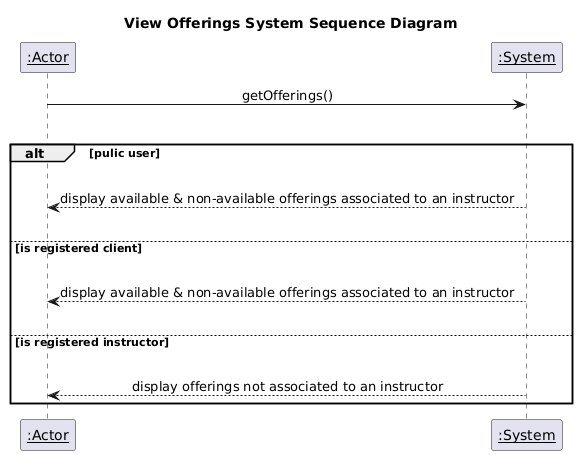
The PlantUML diagram deliverables/assets/view_offering_system_sequence_diagram.png in PrinceOfNothingg/Lesson-Booking-Management-System, before a commit. The source it was exported from:
```plantuml
@startuml
participant "__:Actor__" as actor
participant "__:System__" as system

title View Offerings System Sequence Diagram

skinparam sequenceMessageAlign center
actor -> system : getOfferings()
|||
alt pulic user
|||
  system --> actor : display available & non-available offerings associated to an instructor
|||
else is registered client
|||
  system --> actor : display available & non-available offerings associated to an instructor
|||
else is registered instructor
|||
  system --> actor : display offerings not associated to an instructor
end
@enduml
```
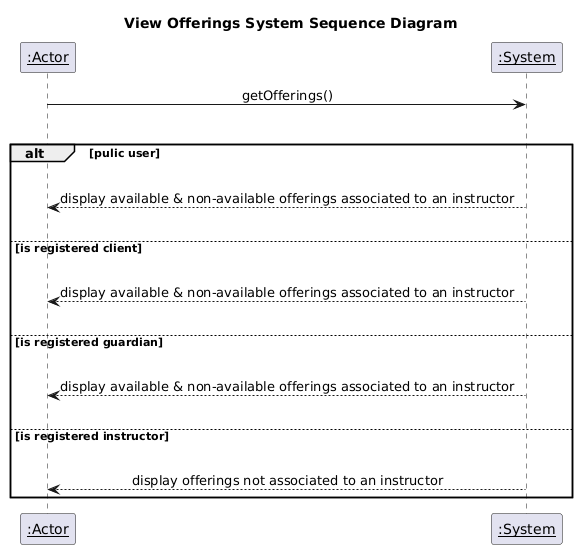
After the commit.

Diff of the diagram source:
```diff
@@ -15,6 +15,10 @@
 |||
   system --> actor : display available & non-available offerings associated to an instructor
 |||
+else is registered guardian
+|||
+  system --> actor : display available & non-available offerings associated to an instructor
+|||
 else is registered instructor
 |||
   system --> actor : display offerings not associated to an instructor
```
